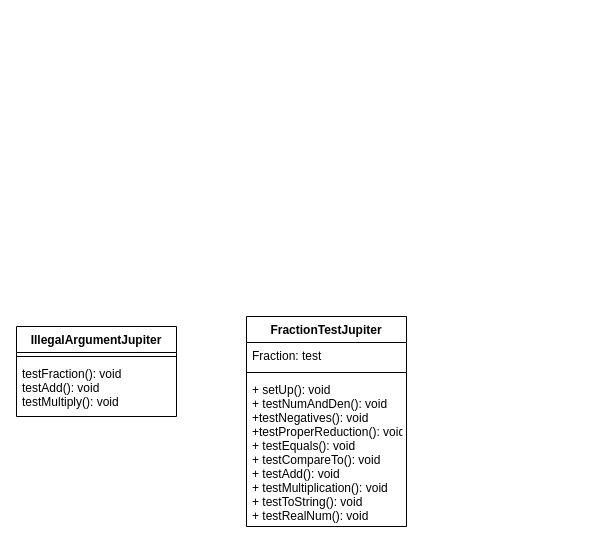
MadisonReese/Assignment3Fraction keeps this draw.io diagram as JUnit_UML.drawio. Above is the earlier version. Source tidied: cells renumbered, new cells numbered last; positions are measured from the earlier drawing's top-left corner, leaving out a move shared by most shapes. Both pictures are drawn from the tidied source at 100%, with x=0, y=0 at pixel (16, 316).
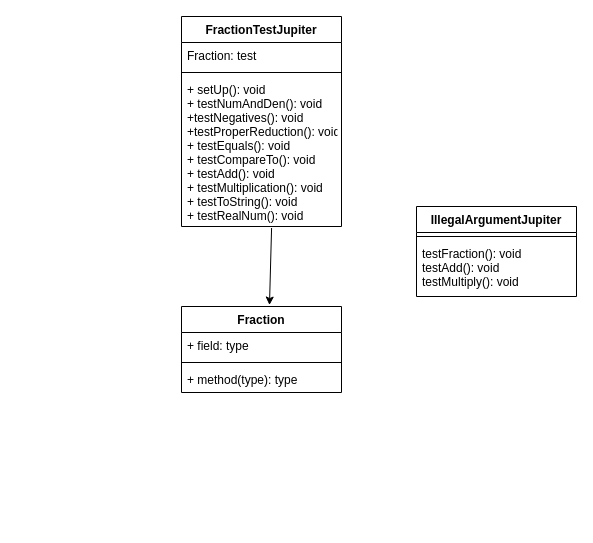
After the change.

Change to the diagram source:
```diff
@@
 <mxGraphModel>
   <root>
     <mxCell id="0" />
     <mxCell id="1" parent="0" />
     <mxCell id="2" value="IllegalArgumentJupiter" style="swimlane;fontStyle=1;align=center;verticalAlign=top;horizontal=1;startSize=26;" parent="1" vertex="1">
-      <mxGeometry y="10" width="160" height="90" as="geometry" />
+      <mxGeometry x="400" y="-110" width="160" height="90" as="geometry" />
     </mxCell>
     <mxCell id="3" style="line;strokeWidth=1;fillColor=none;align=left;verticalAlign=middle;spacingTop=-1;spacingLeft=3;spacingRight=3;labelPosition=right;" parent="2" vertex="1">
       <mxGeometry y="26" width="160" height="8" as="geometry" />
     </mxCell>
     <mxCell id="4" value="testFraction(): void&#10;testAdd(): void&#10;testMultiply(): void" style="text;strokeColor=none;fillColor=none;align=left;verticalAlign=top;spacingLeft=4;spacingRight=4;overflow=hidden;" parent="2" vertex="1">
       <mxGeometry y="34" width="160" height="56" as="geometry" />
     </mxCell>
     <mxCell id="5" value="FractionTestJupiter" style="swimlane;fontStyle=1;align=center;verticalAlign=top;horizontal=1;startSize=26;" parent="1" vertex="1">
-      <mxGeometry x="230" width="160" height="210" as="geometry" />
+      <mxGeometry x="165" y="-300" width="160" height="210" as="geometry" />
     </mxCell>
     <mxCell id="6" value="Fraction: test" style="text;strokeColor=none;fillColor=none;align=left;verticalAlign=top;spacingLeft=4;spacingRight=4;overflow=hidden;" parent="5" vertex="1">
       <mxGeometry y="26" width="160" height="26" as="geometry" />
     </mxCell>
     <mxCell id="7" style="line;strokeWidth=1;fillColor=none;align=left;verticalAlign=middle;spacingTop=-1;spacingLeft=3;spacingRight=3;labelPosition=right;" parent="5" vertex="1">
       <mxGeometry y="52" width="160" height="8" as="geometry" />
     </mxCell>
     <mxCell id="8" value="+ setUp(): void&#10;+ testNumAndDen(): void&#10;+testNegatives(): void&#10;+testProperReduction(): void&#10;+ testEquals(): void&#10;+ testCompareTo(): void&#10;+ testAdd(): void&#10;+ testMultiplication(): void&#10;+ testToString(): void&#10;+ testRealNum(): void&#10;" style="text;strokeColor=none;fillColor=none;align=left;verticalAlign=top;spacingLeft=4;spacingRight=4;overflow=hidden;points=[[0,0.5],[1,0.5]];portConstraint=eastwest;" parent="5" vertex="1">
       <mxGeometry y="60" width="160" height="150" as="geometry" />
     </mxCell>
+    <mxCell id="9" value="Fraction" style="swimlane;fontStyle=1;align=center;verticalAlign=top;horizontal=1;startSize=26;" parent="1" vertex="1">
+      <mxGeometry x="165" y="-10" width="160" height="86" as="geometry" />
+    </mxCell>
+    <mxCell id="10" value="+ field: type" style="text;strokeColor=none;fillColor=none;align=left;verticalAlign=top;spacingLeft=4;spacingRight=4;overflow=hidden;" parent="9" vertex="1">
+      <mxGeometry y="26" width="160" height="26" as="geometry" />
+    </mxCell>
+    <mxCell id="11" style="line;strokeWidth=1;fillColor=none;align=left;verticalAlign=middle;spacingTop=-1;spacingLeft=3;spacingRight=3;labelPosition=right;" parent="9" vertex="1">
+      <mxGeometry y="52" width="160" height="8" as="geometry" />
+    </mxCell>
+    <mxCell id="12" value="+ method(type): type" style="text;strokeColor=none;fillColor=none;align=left;verticalAlign=top;spacingLeft=4;spacingRight=4;overflow=hidden;" parent="9" vertex="1">
+      <mxGeometry y="60" width="160" height="26" as="geometry" />
+    </mxCell>
+    <mxCell id="13" style="endArrow=classic;html=1;exitX=0.563;exitY=1.01;exitDx=0;exitDy=0;exitPerimeter=0;entryX=0.55;entryY=-0.017;entryDx=0;entryDy=0;entryPerimeter=0;" parent="1" edge="1" source="8" target="9">
+      <mxGeometry relative="1" as="geometry" />
+    </mxCell>
   </root>
 </mxGraphModel>
```
